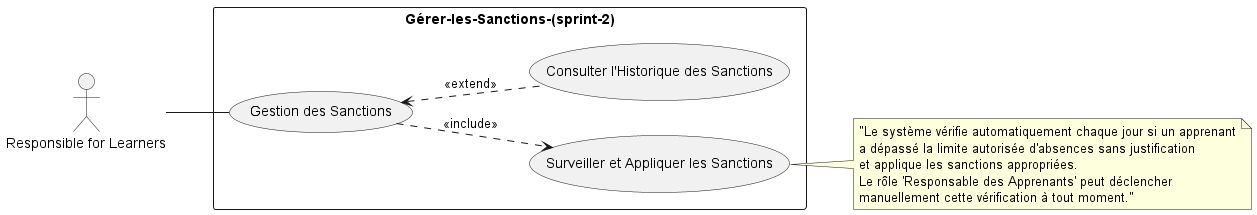
The PlantUML diagram out/Functional Branch/Use Case/Use-Case-Sprint2/Use-Case-Sprint2.png in Tribak-Ayoub/Project-fil-rouge, before a commit.
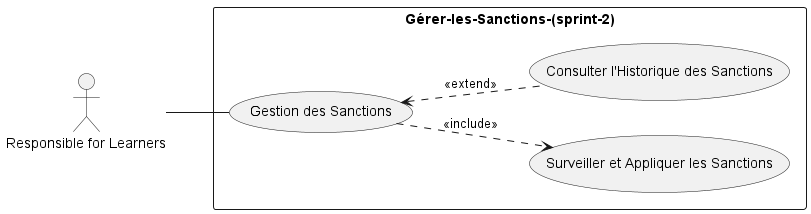
After the commit.

The edit, as a diff of the source:
```diff
@@ -8,13 +8,6 @@
   usecase "Gestion des Sanctions" as UC5
 }
 
-note right of UC2
-"Le système vérifie automatiquement chaque jour si un apprenant
-a dépassé la limite autorisée d'absences sans justification
-et applique les sanctions appropriées.
-Le rôle 'Responsable des Apprenants' peut déclencher
-manuellement cette vérification à tout moment."
-end note
 
 Admin -- UC5
 
```
